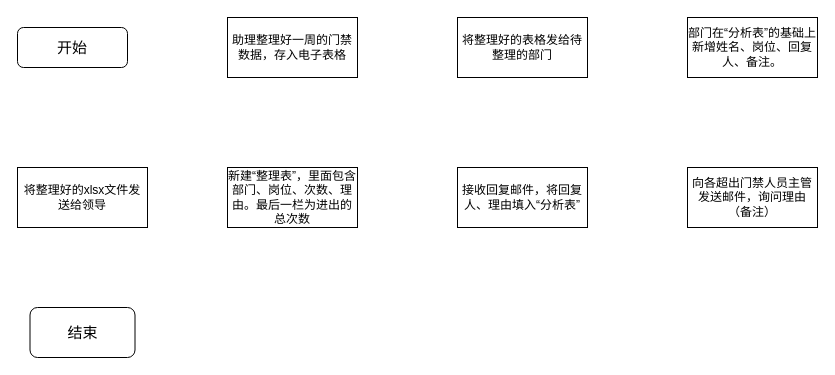
Earlier version of the draw.io diagram 自动化整理门禁信息.drawio (PenguinLJ/DrawChart). Source tidied: cells renumbered, new cells numbered last; positions are measured from the earlier drawing's top-left corner, leaving out a move shared by most shapes. Both pictures are drawn from the tidied source at 100%, with x=0, y=0 at pixel (17, 17).
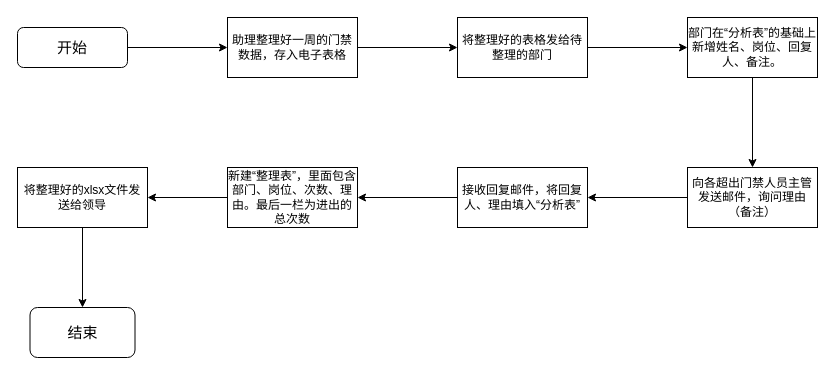
After the change.

Commit message:
更新自动化整理门禁信息.drawio

Change to the diagram source:
```diff
@@
 <mxGraphModel>
   <root>
     <mxCell id="0" />
     <mxCell id="1" parent="0" />
+    <mxCell id="11" style="edgeStyle=orthogonalEdgeStyle;rounded=0;jettySize=auto;html=1;exitX=1;exitY=0.5;exitDx=0;exitDy=0;entryX=0;entryY=0.5;entryDx=0;entryDy=0;" parent="1" edge="1" source="2" target="4">
+      <mxGeometry relative="1" as="geometry" />
+    </mxCell>
     <mxCell id="2" value="&lt;font style=&quot;font-size: 15px;&quot;&gt;开始&lt;/font&gt;" style="rounded=1;whiteSpace=wrap;html=1;" parent="1" vertex="1">
       <mxGeometry y="10" width="110" height="40" as="geometry" />
     </mxCell>
     <mxCell id="3" value="&lt;font style=&quot;font-size: 15px;&quot;&gt;结束&lt;/font&gt;" style="rounded=1;whiteSpace=wrap;html=1;" parent="1" vertex="1">
       <mxGeometry x="12.5" y="290" width="105" height="50" as="geometry" />
     </mxCell>
+    <mxCell id="12" style="edgeStyle=orthogonalEdgeStyle;rounded=0;jettySize=auto;html=1;exitX=1;exitY=0.5;exitDx=0;exitDy=0;entryX=0;entryY=0.5;entryDx=0;entryDy=0;" parent="1" edge="1" source="4" target="5">
+      <mxGeometry relative="1" as="geometry" />
+    </mxCell>
     <mxCell id="4" value="助理整理好一周的门禁数据，存入电子表格" style="rounded=0;whiteSpace=wrap;html=1;" parent="1" vertex="1">
       <mxGeometry x="210" width="130" height="60" as="geometry" />
     </mxCell>
+    <mxCell id="13" style="edgeStyle=orthogonalEdgeStyle;rounded=0;jettySize=auto;html=1;exitX=1;exitY=0.5;exitDx=0;exitDy=0;entryX=0;entryY=0.5;entryDx=0;entryDy=0;" parent="1" edge="1" source="5" target="6">
+      <mxGeometry relative="1" as="geometry" />
+    </mxCell>
     <mxCell id="5" value="将整理好的表格发给待整理的部门" style="rounded=0;whiteSpace=wrap;html=1;" parent="1" vertex="1">
       <mxGeometry x="440" width="130" height="60" as="geometry" />
     </mxCell>
+    <mxCell id="14" style="edgeStyle=orthogonalEdgeStyle;rounded=0;jettySize=auto;html=1;exitX=0.5;exitY=1;exitDx=0;exitDy=0;entryX=0.5;entryY=0;entryDx=0;entryDy=0;" parent="1" edge="1" source="6" target="7">
+      <mxGeometry relative="1" as="geometry" />
+    </mxCell>
     <mxCell id="6" value="部门在“分析表”的基础上新增姓名、岗位、回复人、备注。" style="rounded=0;whiteSpace=wrap;html=1;" parent="1" vertex="1">
       <mxGeometry x="670" width="130" height="60" as="geometry" />
     </mxCell>
+    <mxCell id="15" style="edgeStyle=orthogonalEdgeStyle;rounded=0;jettySize=auto;html=1;exitX=0;exitY=0.5;exitDx=0;exitDy=0;entryX=1;entryY=0.5;entryDx=0;entryDy=0;" parent="1" edge="1" source="7" target="8">
+      <mxGeometry relative="1" as="geometry" />
+    </mxCell>
     <mxCell id="7" value="向各超出门禁人员主管发送邮件，询问理由（备注）" style="rounded=0;whiteSpace=wrap;html=1;" parent="1" vertex="1">
       <mxGeometry x="670" y="150" width="130" height="60" as="geometry" />
     </mxCell>
+    <mxCell id="16" style="edgeStyle=orthogonalEdgeStyle;rounded=0;jettySize=auto;html=1;exitX=0;exitY=0.5;exitDx=0;exitDy=0;entryX=1;entryY=0.5;entryDx=0;entryDy=0;" parent="1" edge="1" source="8" target="9">
+      <mxGeometry relative="1" as="geometry" />
+    </mxCell>
     <mxCell id="8" value="接收回复邮件，将回复人、理由填入“分析表”" style="rounded=0;whiteSpace=wrap;html=1;" parent="1" vertex="1">
       <mxGeometry x="440" y="150" width="130" height="60" as="geometry" />
     </mxCell>
+    <mxCell id="17" style="edgeStyle=orthogonalEdgeStyle;rounded=0;jettySize=auto;html=1;exitX=0;exitY=0.5;exitDx=0;exitDy=0;entryX=1;entryY=0.5;entryDx=0;entryDy=0;" parent="1" edge="1" source="9" target="10">
+      <mxGeometry relative="1" as="geometry" />
+    </mxCell>
     <mxCell id="9" value="新建“整理表”，里面包含部门、岗位、次数、理由。最后一栏为进出的总次数" style="rounded=0;whiteSpace=wrap;html=1;" parent="1" vertex="1">
       <mxGeometry x="210" y="150" width="130" height="60" as="geometry" />
     </mxCell>
+    <mxCell id="18" style="edgeStyle=orthogonalEdgeStyle;rounded=0;jettySize=auto;html=1;exitX=0.5;exitY=1;exitDx=0;exitDy=0;entryX=0.5;entryY=0;entryDx=0;entryDy=0;" parent="1" edge="1" source="10" target="3">
+      <mxGeometry relative="1" as="geometry" />
+    </mxCell>
     <mxCell id="10" value="将整理好的xlsx文件发送给领导" style="rounded=0;whiteSpace=wrap;html=1;" parent="1" vertex="1">
       <mxGeometry y="150" width="130" height="60" as="geometry" />
     </mxCell>
   </root>
 </mxGraphModel>
```
